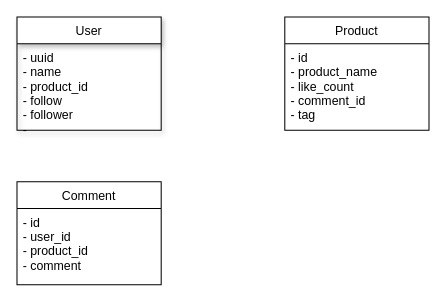
This is server/entity.drawio from yuto-tomita/clone_commerce, a draw.io file, before an edit. Source tidied: cells renumbered, new cells numbered last; positions are measured from the earlier drawing's top-left corner, leaving out a move shared by most shapes. Both pictures are drawn from the tidied source at 103%, with x=0, y=0 at pixel (16, 16).
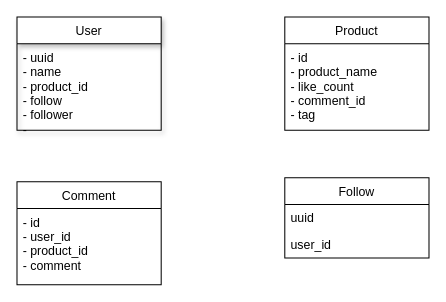
Above is the later version.

Commit message:
不要なentityを削除

What changed in the source:
```diff
@@
 <mxGraphModel>
   <root>
     <mxCell id="0" />
     <mxCell id="1" parent="0" />
     <mxCell id="2" value="User" style="swimlane;fontStyle=0;horizontal=1;startSize=26;shadow=1;" parent="1" vertex="1">
       <mxGeometry width="140" height="110" as="geometry" />
     </mxCell>
     <mxCell id="3" value="- uuid&#10;- name&#10;- product_id&#10;- follow&#10;- follower&#10;- " style="text;strokeColor=none;fillColor=none;align=left;verticalAlign=top;spacingLeft=4;spacingRight=4;overflow=hidden;" parent="2" vertex="1">
       <mxGeometry y="26" width="140" height="84" as="geometry" />
     </mxCell>
     <mxCell id="4" value="Product" style="swimlane;fontStyle=0;horizontal=1;startSize=26;" parent="1" vertex="1">
       <mxGeometry x="260" width="140" height="110" as="geometry" />
     </mxCell>
     <mxCell id="5" value="- id&#10;- product_name&#10;- like_count&#10;- comment_id&#10;- tag&#10;" style="text;strokeColor=none;fillColor=none;align=left;verticalAlign=top;spacingLeft=4;spacingRight=4;overflow=hidden;" parent="4" vertex="1">
       <mxGeometry y="26" width="140" height="84" as="geometry" />
     </mxCell>
     <mxCell id="6" value="Comment" style="swimlane;fontStyle=0;horizontal=1;startSize=26;" parent="1" vertex="1">
       <mxGeometry y="160" width="140" height="100" as="geometry" />
     </mxCell>
     <mxCell id="7" value="- id&#10;- user_id&#10;- product_id&#10;- comment" style="text;strokeColor=none;fillColor=none;align=left;verticalAlign=top;spacingLeft=4;spacingRight=4;overflow=hidden;" parent="6" vertex="1">
       <mxGeometry y="26" width="140" height="74" as="geometry" />
     </mxCell>
+    <mxCell id="8" value="Follow" style="swimlane;fontStyle=0;horizontal=1;startSize=26;" parent="1" vertex="1">
+      <mxGeometry x="260" y="156" width="140" height="78" as="geometry" />
+    </mxCell>
+    <mxCell id="9" value="uuid" style="text;strokeColor=none;fillColor=none;align=left;verticalAlign=top;spacingLeft=4;spacingRight=4;overflow=hidden;" parent="8" vertex="1">
+      <mxGeometry y="26" width="140" height="26" as="geometry" />
+    </mxCell>
+    <mxCell id="10" value="user_id" style="text;strokeColor=none;fillColor=none;align=left;verticalAlign=top;spacingLeft=4;spacingRight=4;overflow=hidden;" parent="8" vertex="1">
+      <mxGeometry y="52" width="140" height="26" as="geometry" />
+    </mxCell>
   </root>
 </mxGraphModel>
```
